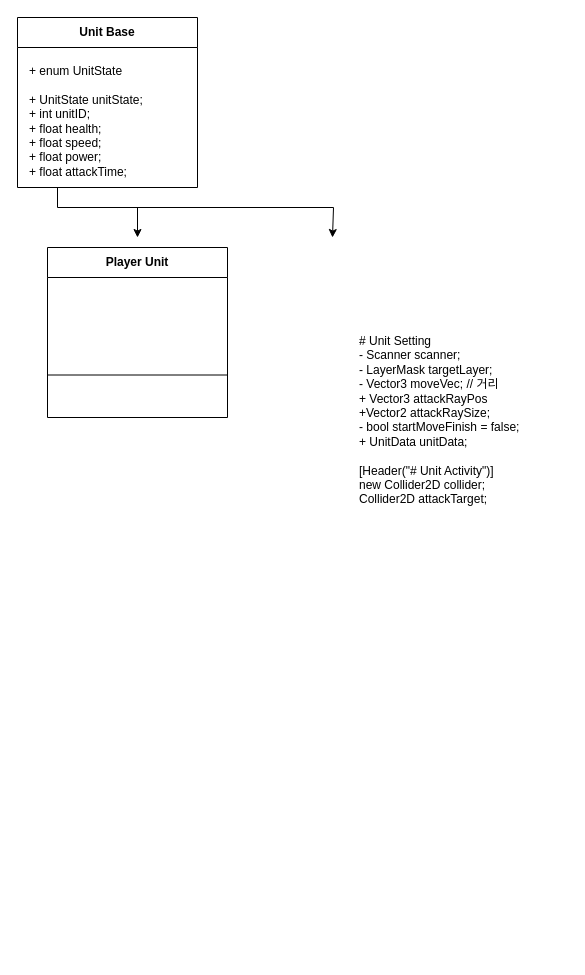
Earlier version of the draw.io diagram page "Battle" (2 of 3) of Project_CSD.drawio (YJU-Capstone-Design/Capstone-Design). Source tidied: cells renumbered, new cells numbered last; positions are measured from the earlier drawing's top-left corner, leaving out a move shared by most shapes. Both pictures are drawn from the tidied source at 100%, with x=0, y=0 at pixel (17, 17).
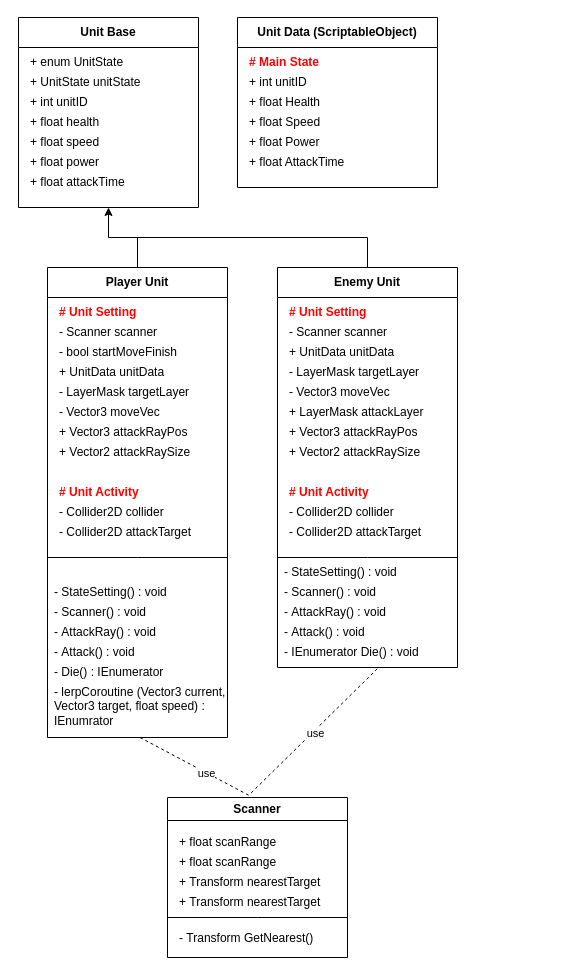
Above is the later version.

Change to the diagram source:
```diff
@@
     <mxCell id="2" value="Unit Base" style="swimlane;whiteSpace=wrap;html=1;startSize=30;" parent="1" vertex="1">
-      <mxGeometry width="180" height="170" as="geometry" />
+      <mxGeometry x="1" width="180" height="190" as="geometry" />
     </mxCell>
-    <mxCell id="3" value="+&amp;nbsp;enum UnitState&lt;div&gt;&lt;br&gt;&lt;div&gt;+&amp;nbsp;&lt;span style=&quot;background-color: initial;&quot;&gt;UnitState unitState;&lt;/span&gt;&lt;/div&gt;&lt;div&gt;&lt;span style=&quot;background-color: initial;&quot;&gt;+&amp;nbsp;&lt;/span&gt;int unitID;&lt;/div&gt;&lt;div&gt;&lt;span style=&quot;background-color: initial;&quot;&gt;+&amp;nbsp;&lt;/span&gt;float health;&lt;/div&gt;&lt;div&gt;&lt;span style=&quot;background-color: initial;&quot;&gt;+&amp;nbsp;&lt;/span&gt;float speed;&lt;/div&gt;&lt;div&gt;&lt;span style=&quot;background-color: initial;&quot;&gt;+&amp;nbsp;&lt;/span&gt;float power;&lt;/div&gt;&lt;div&gt;&lt;span style=&quot;background-color: initial;&quot;&gt;+&amp;nbsp;&lt;/span&gt;float attackTime;&lt;/div&gt;&lt;/div&gt;" style="text;html=1;align=left;verticalAlign=top;whiteSpace=wrap;rounded=0;" parent="2" vertex="1">
-      <mxGeometry x="10" y="40" width="160" height="120" as="geometry" />
-    </mxCell>
-    <mxCell id="4" style="endArrow=classic;html=1;rounded=0;" parent="1" edge="1">
-      <mxGeometry relative="1" as="geometry">
-        <mxPoint x="120" y="190" as="sourcePoint" />
-        <mxPoint x="120" y="220" as="targetPoint" />
-      </mxGeometry>
-    </mxCell>
-    <mxCell id="5" style="edgeStyle=orthogonalEdgeStyle;rounded=0;orthogonalLoop=1;jettySize=auto;html=1;exitX=0.25;exitY=1;exitDx=0;exitDy=0;" parent="1" edge="1">
-      <mxGeometry relative="1" as="geometry">
-        <mxPoint x="40" y="170" as="sourcePoint" />
-        <mxPoint x="315" y="220" as="targetPoint" />
-        <Array as="points">
-          <mxPoint x="40" y="190" />
-          <mxPoint x="316" y="190" />
-        </Array>
-      </mxGeometry>
-    </mxCell>
+    <mxCell id="9" value="+ enum UnitState" style="text;html=1;align=left;verticalAlign=middle;whiteSpace=wrap;rounded=0;" parent="2" vertex="1">
+      <mxGeometry x="10" y="30" width="120" height="30" as="geometry" />
+    </mxCell>
+    <mxCell id="10" value="+ UnitState unitState" style="text;html=1;align=left;verticalAlign=middle;whiteSpace=wrap;rounded=0;" parent="2" vertex="1">
+      <mxGeometry x="10" y="50" width="120" height="30" as="geometry" />
+    </mxCell>
+    <mxCell id="11" value="+ int unitID" style="text;html=1;align=left;verticalAlign=middle;whiteSpace=wrap;rounded=0;" parent="2" vertex="1">
+      <mxGeometry x="10" y="70" width="120" height="30" as="geometry" />
+    </mxCell>
+    <mxCell id="12" value="+ float health" style="text;html=1;align=left;verticalAlign=middle;whiteSpace=wrap;rounded=0;" parent="2" vertex="1">
+      <mxGeometry x="10" y="90" width="120" height="30" as="geometry" />
+    </mxCell>
+    <mxCell id="13" value="+ float speed" style="text;html=1;align=left;verticalAlign=middle;whiteSpace=wrap;rounded=0;" parent="2" vertex="1">
+      <mxGeometry x="10" y="110" width="120" height="30" as="geometry" />
+    </mxCell>
+    <mxCell id="14" value="+ float power" style="text;html=1;align=left;verticalAlign=middle;whiteSpace=wrap;rounded=0;" parent="2" vertex="1">
+      <mxGeometry x="10" y="130" width="120" height="30" as="geometry" />
+    </mxCell>
+    <mxCell id="15" value="+ float attackTime" style="text;html=1;align=left;verticalAlign=middle;whiteSpace=wrap;rounded=0;" parent="2" vertex="1">
+      <mxGeometry x="10" y="150" width="120" height="30" as="geometry" />
+    </mxCell>
     <mxCell id="6" value="Player Unit" style="swimlane;whiteSpace=wrap;html=1;startSize=30;" parent="1" vertex="1">
-      <mxGeometry x="30" y="230" width="180" height="170" as="geometry" />
+      <mxGeometry x="30" y="250" width="180" height="470" as="geometry" />
     </mxCell>
+    <mxCell id="16" value="- Scanner scanner" style="text;html=1;align=left;verticalAlign=middle;whiteSpace=wrap;rounded=0;" parent="6" vertex="1">
+      <mxGeometry x="10" y="50" width="120" height="30" as="geometry" />
+    </mxCell>
+    <mxCell id="17" value="- LayerMask targetLayer" style="text;html=1;align=left;verticalAlign=middle;whiteSpace=wrap;rounded=0;" parent="6" vertex="1">
+      <mxGeometry x="10" y="110" width="150" height="30" as="geometry" />
+    </mxCell>
+    <mxCell id="18" value="- Vector3 moveVec" style="text;html=1;align=left;verticalAlign=middle;whiteSpace=wrap;rounded=0;" parent="6" vertex="1">
+      <mxGeometry x="10" y="130" width="120" height="30" as="geometry" />
+    </mxCell>
+    <mxCell id="19" value="+ Vector3 attackRayPos" style="text;html=1;align=left;verticalAlign=middle;whiteSpace=wrap;rounded=0;" parent="6" vertex="1">
+      <mxGeometry x="10" y="150" width="140" height="30" as="geometry" />
+    </mxCell>
+    <mxCell id="20" value="+ Vector2 attackRaySize" style="text;html=1;align=left;verticalAlign=middle;whiteSpace=wrap;rounded=0;" parent="6" vertex="1">
+      <mxGeometry x="10" y="170" width="150" height="30" as="geometry" />
+    </mxCell>
+    <mxCell id="21" value="- bool startMoveFinish" style="text;html=1;align=left;verticalAlign=middle;whiteSpace=wrap;rounded=0;" parent="6" vertex="1">
+      <mxGeometry x="10" y="70" width="140" height="30" as="geometry" />
+    </mxCell>
+    <mxCell id="22" value="&lt;div&gt;+ UnitData unitData&lt;/div&gt;" style="text;html=1;align=left;verticalAlign=middle;whiteSpace=wrap;rounded=0;" parent="6" vertex="1">
+      <mxGeometry x="10" y="90" width="140" height="30" as="geometry" />
+    </mxCell>
+    <mxCell id="23" value="-&amp;nbsp;Collider2D collider" style="text;html=1;align=left;verticalAlign=middle;whiteSpace=wrap;rounded=0;" parent="6" vertex="1">
+      <mxGeometry x="10" y="230" width="150" height="30" as="geometry" />
+    </mxCell>
+    <mxCell id="24" value="-&amp;nbsp;Collider2D attackTarget" style="text;html=1;align=left;verticalAlign=middle;whiteSpace=wrap;rounded=0;" parent="6" vertex="1">
+      <mxGeometry x="10" y="250" width="150" height="30" as="geometry" />
+    </mxCell>
+    <mxCell id="25" value="# Unit Setting" style="text;html=1;align=left;verticalAlign=middle;whiteSpace=wrap;rounded=0;fontStyle=1;fontColor=#FF0000;" parent="6" vertex="1">
+      <mxGeometry x="10" y="30" width="120" height="30" as="geometry" />
+    </mxCell>
+    <mxCell id="26" value="# Unit Activity" style="text;html=1;align=left;verticalAlign=middle;whiteSpace=wrap;rounded=0;fontStyle=1;fontColor=#FF0000;" parent="6" vertex="1">
+      <mxGeometry x="10" y="210" width="120" height="30" as="geometry" />
+    </mxCell>
+    <mxCell id="27" value="-&amp;nbsp;StateSetting() : void" style="text;html=1;align=left;verticalAlign=middle;whiteSpace=wrap;rounded=0;" parent="6" vertex="1">
+      <mxGeometry x="5" y="310" width="150" height="30" as="geometry" />
+    </mxCell>
+    <mxCell id="28" value="-&amp;nbsp;Scanner()&amp;nbsp;: void" style="text;html=1;align=left;verticalAlign=middle;whiteSpace=wrap;rounded=0;" parent="6" vertex="1">
+      <mxGeometry x="5" y="330" width="150" height="30" as="geometry" />
+    </mxCell>
+    <mxCell id="29" value="-&amp;nbsp;AttackRay()&amp;nbsp;: void" style="text;html=1;align=left;verticalAlign=middle;whiteSpace=wrap;rounded=0;" parent="6" vertex="1">
+      <mxGeometry x="5" y="350" width="150" height="30" as="geometry" />
+    </mxCell>
+    <mxCell id="30" value="-&amp;nbsp;Attack()&amp;nbsp;: void" style="text;html=1;align=left;verticalAlign=middle;whiteSpace=wrap;rounded=0;" parent="6" vertex="1">
+      <mxGeometry x="5" y="370" width="150" height="30" as="geometry" />
+    </mxCell>
+    <mxCell id="31" value="- Die()&amp;nbsp;: IEnumerator" style="text;html=1;align=left;verticalAlign=middle;whiteSpace=wrap;rounded=0;" parent="6" vertex="1">
+      <mxGeometry x="5" y="390" width="150" height="30" as="geometry" />
+    </mxCell>
+    <mxCell id="32" value="- lerpCoroutine (Vector3 current, Vector3 target, float speed) : IEnumrator" style="text;html=1;align=left;verticalAlign=middle;whiteSpace=wrap;rounded=0;" parent="6" vertex="1">
+      <mxGeometry x="5" y="414" width="175" height="50" as="geometry" />
+    </mxCell>
-    <mxCell id="7" style="endArrow=none;html=1;rounded=0;exitX=0;exitY=0.75;exitDx=0;exitDy=0;entryX=1;entryY=0.75;entryDx=0;entryDy=0;" parent="1" edge="1" source="6" target="6">
-      <mxGeometry relative="1" as="geometry" />
+    <mxCell id="7" style="endArrow=none;html=1;rounded=0;" parent="1" edge="1">
+      <mxGeometry relative="1" as="geometry">
+        <mxPoint x="30" y="540" as="sourcePoint" />
+        <mxPoint x="210" y="540" as="targetPoint" />
+        <Array as="points">
+          <mxPoint x="120" y="540" />
+        </Array>
+      </mxGeometry>
     </mxCell>
-    <mxCell id="8" value="&lt;div&gt;# Unit Setting&lt;br&gt;&lt;/div&gt;&lt;div&gt;- Scanner scanner;&lt;/div&gt;&lt;div&gt;- LayerMask targetLayer;&lt;/div&gt;&lt;div&gt;- Vector3 moveVec; // 거리&lt;/div&gt;&lt;div&gt;+ Vector3 attackRayPos&lt;/div&gt;&lt;div&gt;+Vector2 attackRaySize;&lt;/div&gt;&lt;div&gt;- bool startMoveFinish = false;&lt;/div&gt;&lt;div&gt;+ UnitData unitData;&lt;/div&gt;&lt;div&gt;&lt;br&gt;&lt;/div&gt;&lt;div&gt;[Header(&quot;# Unit Activity&quot;)]&lt;/div&gt;&lt;div&gt;new Collider2D collider;&lt;/div&gt;&lt;div&gt;Collider2D attackTarget;&lt;/div&gt;" style="text;html=1;align=left;verticalAlign=top;whiteSpace=wrap;rounded=0;" parent="1" vertex="1">
-      <mxGeometry x="340" y="310" width="210" height="180" as="geometry" />
-    </mxCell>
+    <mxCell id="33" style="edgeStyle=orthogonalEdgeStyle;rounded=0;jettySize=auto;html=1;exitX=0.5;exitY=0;exitDx=0;exitDy=0;entryX=0.5;entryY=1;entryDx=0;entryDy=0;" parent="1" edge="1" source="34" target="2">
+      <mxGeometry relative="1" as="geometry" />
+    </mxCell>
+    <mxCell id="34" value="Enemy Unit" style="swimlane;whiteSpace=wrap;html=1;startSize=30;" parent="1" vertex="1">
+      <mxGeometry x="260" y="250" width="180" height="400" as="geometry" />
+    </mxCell>
+    <mxCell id="35" value="- Scanner scanner" style="text;html=1;align=left;verticalAlign=middle;whiteSpace=wrap;rounded=0;" parent="34" vertex="1">
+      <mxGeometry x="10" y="50" width="120" height="30" as="geometry" />
+    </mxCell>
+    <mxCell id="36" value="- LayerMask targetLayer" style="text;html=1;align=left;verticalAlign=middle;whiteSpace=wrap;rounded=0;" parent="34" vertex="1">
+      <mxGeometry x="10" y="90" width="150" height="30" as="geometry" />
+    </mxCell>
+    <mxCell id="37" value="- Vector3 moveVec" style="text;html=1;align=left;verticalAlign=middle;whiteSpace=wrap;rounded=0;" parent="34" vertex="1">
+      <mxGeometry x="10" y="110" width="120" height="30" as="geometry" />
+    </mxCell>
+    <mxCell id="38" value="+ Vector3 attackRayPos" style="text;html=1;align=left;verticalAlign=middle;whiteSpace=wrap;rounded=0;" parent="34" vertex="1">
+      <mxGeometry x="10" y="150" width="140" height="30" as="geometry" />
+    </mxCell>
+    <mxCell id="39" value="+ Vector2 attackRaySize" style="text;html=1;align=left;verticalAlign=middle;whiteSpace=wrap;rounded=0;" parent="34" vertex="1">
+      <mxGeometry x="10" y="170" width="150" height="30" as="geometry" />
+    </mxCell>
+    <mxCell id="40" value="&lt;div&gt;+ UnitData unitData&lt;/div&gt;" style="text;html=1;align=left;verticalAlign=middle;whiteSpace=wrap;rounded=0;" parent="34" vertex="1">
+      <mxGeometry x="10" y="70" width="140" height="30" as="geometry" />
+    </mxCell>
+    <mxCell id="41" value="-&amp;nbsp;Collider2D collider" style="text;html=1;align=left;verticalAlign=middle;whiteSpace=wrap;rounded=0;" parent="34" vertex="1">
+      <mxGeometry x="10" y="230" width="150" height="30" as="geometry" />
+    </mxCell>
+    <mxCell id="42" value="-&amp;nbsp;Collider2D attackTarget" style="text;html=1;align=left;verticalAlign=middle;whiteSpace=wrap;rounded=0;" parent="34" vertex="1">
+      <mxGeometry x="10" y="250" width="150" height="30" as="geometry" />
+    </mxCell>
+    <mxCell id="43" value="# Unit Setting" style="text;html=1;align=left;verticalAlign=middle;whiteSpace=wrap;rounded=0;fontStyle=1;fontColor=#FF0000;" parent="34" vertex="1">
+      <mxGeometry x="10" y="30" width="120" height="30" as="geometry" />
+    </mxCell>
+    <mxCell id="44" value="# Unit Activity" style="text;html=1;align=left;verticalAlign=middle;whiteSpace=wrap;rounded=0;fontStyle=1;fontColor=#FF0000;" parent="34" vertex="1">
+      <mxGeometry x="10" y="210" width="120" height="30" as="geometry" />
+    </mxCell>
+    <mxCell id="45" value="-&amp;nbsp;StateSetting()&amp;nbsp;: void" style="text;html=1;align=left;verticalAlign=middle;whiteSpace=wrap;rounded=0;" parent="34" vertex="1">
+      <mxGeometry x="5" y="290" width="150" height="30" as="geometry" />
+    </mxCell>
+    <mxCell id="46" value="-&amp;nbsp;Scanner()&amp;nbsp;: void" style="text;html=1;align=left;verticalAlign=middle;whiteSpace=wrap;rounded=0;" parent="34" vertex="1">
+      <mxGeometry x="5" y="310" width="150" height="30" as="geometry" />
+    </mxCell>
+    <mxCell id="47" value="-&amp;nbsp;AttackRay()&amp;nbsp;: void" style="text;html=1;align=left;verticalAlign=middle;whiteSpace=wrap;rounded=0;" parent="34" vertex="1">
+      <mxGeometry x="5" y="330" width="150" height="30" as="geometry" />
+    </mxCell>
+    <mxCell id="48" value="-&amp;nbsp;Attack()&amp;nbsp;: void" style="text;html=1;align=left;verticalAlign=middle;whiteSpace=wrap;rounded=0;" parent="34" vertex="1">
+      <mxGeometry x="5" y="350" width="150" height="30" as="geometry" />
+    </mxCell>
+    <mxCell id="49" value="-&amp;nbsp;IEnumerator Die()&amp;nbsp;: void" style="text;html=1;align=left;verticalAlign=middle;whiteSpace=wrap;rounded=0;" parent="34" vertex="1">
+      <mxGeometry x="5" y="370" width="150" height="30" as="geometry" />
+    </mxCell>
+    <mxCell id="50" style="endArrow=none;html=1;rounded=0;" parent="34" edge="1">
+      <mxGeometry relative="1" as="geometry">
+        <mxPoint y="290" as="sourcePoint" />
+        <mxPoint x="180" y="290" as="targetPoint" />
+        <Array as="points">
+          <mxPoint x="90" y="290" />
+        </Array>
+      </mxGeometry>
+    </mxCell>
+    <mxCell id="51" value="+&amp;nbsp;LayerMask attackLayer" style="text;html=1;align=left;verticalAlign=middle;whiteSpace=wrap;rounded=0;" parent="34" vertex="1">
+      <mxGeometry x="10" y="130" width="140" height="30" as="geometry" />
+    </mxCell>
+    <mxCell id="52" style="endArrow=none;dashed=1;html=1;rounded=0;exitX=0.5;exitY=1;exitDx=0;exitDy=0;entryX=0.463;entryY=-0.007;entryDx=0;entryDy=0;entryPerimeter=0;" parent="1" edge="1" target="56">
+      <mxGeometry relative="1" as="geometry">
+        <mxPoint x="122.5" y="720" as="sourcePoint" />
+      </mxGeometry>
+    </mxCell>
+    <mxCell id="53" value="use" style="edgeLabel;html=1;align=center;verticalAlign=middle;" parent="52" vertex="1">
+      <mxGeometry x="0.2" relative="1" as="geometry" />
+    </mxCell>
+    <mxCell id="54" style="endArrow=none;dashed=1;html=1;rounded=0;exitX=0.632;exitY=1.043;exitDx=0;exitDy=0;exitPerimeter=0;entryX=0.458;entryY=-0.021;entryDx=0;entryDy=0;entryPerimeter=0;" parent="1" edge="1" source="49" target="56">
+      <mxGeometry relative="1" as="geometry" />
+    </mxCell>
+    <mxCell id="55" value="use" style="edgeLabel;html=1;align=center;verticalAlign=middle;" parent="54" vertex="1">
+      <mxGeometry x="0.04" y="5" relative="1" as="geometry">
+        <mxPoint y="-5" as="offset" />
+      </mxGeometry>
+    </mxCell>
+    <mxCell id="56" value="Scanner" style="swimlane;whiteSpace=wrap;html=1;" parent="1" vertex="1">
+      <mxGeometry x="150" y="780" width="180" height="160" as="geometry" />
+    </mxCell>
+    <mxCell id="57" value="+&amp;nbsp;float scanRange" style="text;html=1;align=left;verticalAlign=middle;whiteSpace=wrap;rounded=0;" parent="56" vertex="1">
+      <mxGeometry x="10" y="30" width="150" height="30" as="geometry" />
+    </mxCell>
+    <mxCell id="58" value="+&amp;nbsp;float scanRange" style="text;html=1;align=left;verticalAlign=middle;whiteSpace=wrap;rounded=0;" parent="56" vertex="1">
+      <mxGeometry x="10" y="50" width="150" height="30" as="geometry" />
+    </mxCell>
+    <mxCell id="59" value="+&amp;nbsp;Transform nearestTarget" style="text;html=1;align=left;verticalAlign=middle;whiteSpace=wrap;rounded=0;" parent="56" vertex="1">
+      <mxGeometry x="10" y="70" width="150" height="30" as="geometry" />
+    </mxCell>
+    <mxCell id="60" value="+&amp;nbsp;Transform nearestTarget" style="text;html=1;align=left;verticalAlign=middle;whiteSpace=wrap;rounded=0;" parent="56" vertex="1">
+      <mxGeometry x="10" y="90" width="150" height="30" as="geometry" />
+    </mxCell>
+    <mxCell id="61" style="endArrow=none;html=1;rounded=0;" parent="56" edge="1">
+      <mxGeometry relative="1" as="geometry">
+        <mxPoint y="120" as="sourcePoint" />
+        <mxPoint x="180" y="120" as="targetPoint" />
+        <Array as="points">
+          <mxPoint x="90" y="120" />
+        </Array>
+      </mxGeometry>
+    </mxCell>
+    <mxCell id="62" value="-&amp;nbsp;Transform GetNearest()" style="text;html=1;align=left;verticalAlign=middle;whiteSpace=wrap;rounded=0;" parent="56" vertex="1">
+      <mxGeometry x="10" y="140" width="150" as="geometry" />
+    </mxCell>
+    <mxCell id="63" value="Unit Data (ScriptableObject)" style="swimlane;whiteSpace=wrap;html=1;startSize=30;" parent="1" vertex="1">
+      <mxGeometry x="220" width="200" height="170" as="geometry" />
+    </mxCell>
+    <mxCell id="64" value="+ float Speed" style="text;html=1;align=left;verticalAlign=middle;whiteSpace=wrap;rounded=0;" parent="63" vertex="1">
+      <mxGeometry x="10" y="90" width="150" height="30" as="geometry" />
+    </mxCell>
+    <mxCell id="65" value="+ float Power" style="text;html=1;align=left;verticalAlign=middle;whiteSpace=wrap;rounded=0;" parent="63" vertex="1">
+      <mxGeometry x="10" y="110" width="120" height="30" as="geometry" />
+    </mxCell>
+    <mxCell id="66" value="+ float AttackTime" style="text;html=1;align=left;verticalAlign=middle;whiteSpace=wrap;rounded=0;" parent="63" vertex="1">
+      <mxGeometry x="10" y="130" width="150" height="30" as="geometry" />
+    </mxCell>
+    <mxCell id="67" value="&lt;div&gt;+ float Health&lt;/div&gt;" style="text;html=1;align=left;verticalAlign=middle;whiteSpace=wrap;rounded=0;" parent="63" vertex="1">
+      <mxGeometry x="10" y="70" width="140" height="30" as="geometry" />
+    </mxCell>
+    <mxCell id="68" value="# Main State" style="text;html=1;align=left;verticalAlign=middle;whiteSpace=wrap;rounded=0;fontStyle=1;fontColor=#FF0000;" parent="63" vertex="1">
+      <mxGeometry x="10" y="30" width="120" height="30" as="geometry" />
+    </mxCell>
+    <mxCell id="69" value="+ int unitID" style="text;html=1;align=left;verticalAlign=middle;whiteSpace=wrap;rounded=0;" parent="63" vertex="1">
+      <mxGeometry x="10" y="50" width="140" height="30" as="geometry" />
+    </mxCell>
+    <mxCell id="70" style="endArrow=none;html=1;rounded=0;exitX=0.5;exitY=0;exitDx=0;exitDy=0;" parent="1" edge="1" source="6">
+      <mxGeometry relative="1" as="geometry">
+        <mxPoint x="120" y="220" as="targetPoint" />
+      </mxGeometry>
+    </mxCell>
```
